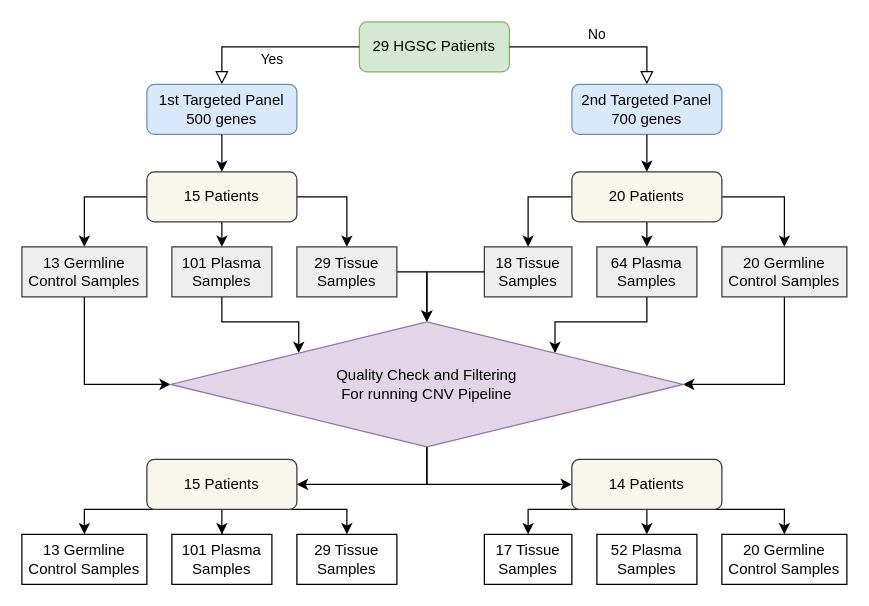
The draw.io diagram Untitled Diagram.drawio in maitnnguyen/CNVpipeline4ctDNA, before the edit. Source tidied: cells renumbered, new cells numbered last; positions are measured from the earlier drawing's top-left corner, leaving out a move shared by most shapes. Both pictures are drawn from the tidied source at 125%, with x=0, y=0 at pixel (21, 21).
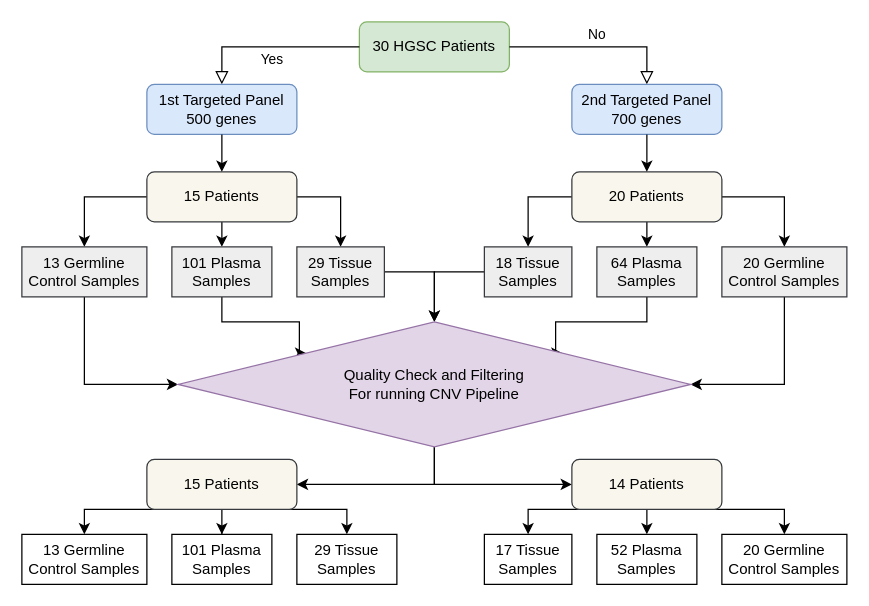
The same page after the edit.

Diff of the diagram source:
```diff
@@
-    <mxCell id="2" value="29 HGSC Patients" style="rounded=1;whiteSpace=wrap;html=1;fontSize=12;glass=0;strokeWidth=1;shadow=0;fillColor=#d5e8d4;strokeColor=#82b366;" parent="1" vertex="1">
+    <mxCell id="2" value="30 HGSC Patients" style="rounded=1;whiteSpace=wrap;html=1;fontSize=12;glass=0;strokeWidth=1;shadow=0;fillColor=#d5e8d4;strokeColor=#82b366;" parent="1" vertex="1">
       <mxGeometry x="270" width="120" height="40" as="geometry" />
     </mxCell>
@@
     <mxCell id="22" value="29 Tissue Samples" style="rounded=0;whiteSpace=wrap;html=1;fillColor=#eeeeee;strokeColor=#36393d;" parent="1" vertex="1">
-      <mxGeometry x="220" y="180" width="80" height="40" as="geometry" />
+      <mxGeometry x="220" y="180" width="70" height="40" as="geometry" />
     </mxCell>
@@
     <mxCell id="31" value="Quality Check and Filtering &lt;br&gt;For running CNV Pipeline" style="rhombus;whiteSpace=wrap;html=1;fillColor=#e1d5e7;strokeColor=#9673a6;" parent="1" vertex="1">
-      <mxGeometry x="119" y="240" width="410" height="100" as="geometry" />
+      <mxGeometry x="125" y="240" width="410" height="100" as="geometry" />
     </mxCell>
```
